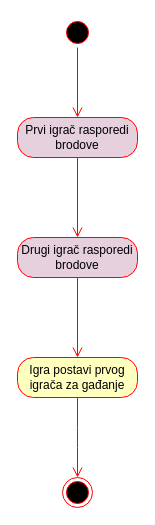
This is page "Activity: Raspoređivanje brodova" (4 of 10) of Dijagram.drawio from LukaFarkas99/Battleship, a draw.io file, before an edit. Source tidied: cells renumbered, new cells numbered last; positions are measured from the earlier drawing's top-left corner, leaving out a move shared by most shapes. Both pictures are drawn from the tidied source at 100%, with x=0, y=0 at pixel (17, 17).
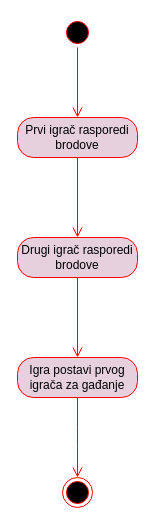
After the change.

The edit, as a diff of the source:
```diff
@@
 <mxGraphModel>
   <root>
     <mxCell id="0" />
     <mxCell id="1" parent="0" />
     <mxCell id="2" style="ellipse;html=1;shape=startState;fillColor=#000000;strokeColor=#ff0000;" parent="1" vertex="1">
       <mxGeometry x="45" width="30" height="30" as="geometry" />
     </mxCell>
     <mxCell id="3" style="edgeStyle=orthogonalEdgeStyle;html=1;verticalAlign=bottom;endArrow=open;endSize=8;strokeColor=#ff0000;" parent="1" edge="1" source="2" target="4">
       <mxGeometry relative="1" as="geometry" />
     </mxCell>
     <mxCell id="4" value="Prvi igrač rasporedi brodove" style="rounded=1;whiteSpace=wrap;html=1;arcSize=40;fontColor=#000000;fillColor=#E6D0DE;strokeColor=#ff0000;" parent="1" vertex="1">
       <mxGeometry y="100" width="120" height="40" as="geometry" />
     </mxCell>
     <mxCell id="5" style="edgeStyle=orthogonalEdgeStyle;html=1;verticalAlign=bottom;endArrow=open;endSize=8;strokeColor=#ff0000;" parent="1" edge="1" source="4" target="6">
       <mxGeometry relative="1" as="geometry" />
     </mxCell>
     <mxCell id="6" value="Drugi igrač rasporedi brodove" style="rounded=1;whiteSpace=wrap;html=1;arcSize=40;fontColor=#000000;fillColor=#E6D0DE;strokeColor=#ff0000;" parent="1" vertex="1">
       <mxGeometry y="220" width="120" height="40" as="geometry" />
     </mxCell>
     <mxCell id="7" style="edgeStyle=orthogonalEdgeStyle;html=1;verticalAlign=bottom;endArrow=open;endSize=8;strokeColor=#ff0000;" parent="1" edge="1" source="6" target="8">
       <mxGeometry relative="1" as="geometry" />
     </mxCell>
-    <mxCell id="8" value="Igra postavi prvog igrača za gađanje" style="rounded=1;whiteSpace=wrap;html=1;arcSize=40;fontColor=#000000;fillColor=#ffffc0;strokeColor=#ff0000;" parent="1" vertex="1">
+    <mxCell id="8" value="Igra postavi prvog igrača za gađanje" style="rounded=1;whiteSpace=wrap;html=1;arcSize=40;fontColor=#000000;strokeColor=#ff0000;fillColor=#E6D0DE;" parent="1" vertex="1">
       <mxGeometry y="340" width="120" height="40" as="geometry" />
     </mxCell>
     <mxCell id="9" style="edgeStyle=orthogonalEdgeStyle;html=1;verticalAlign=bottom;endArrow=open;endSize=8;strokeColor=#ff0000;" parent="1" edge="1" source="8">
       <mxGeometry relative="1" as="geometry">
         <mxPoint x="60" y="460" as="targetPoint" />
       </mxGeometry>
     </mxCell>
     <mxCell id="10" style="ellipse;html=1;shape=endState;fillColor=#000000;strokeColor=#ff0000;" parent="1" vertex="1">
       <mxGeometry x="45" y="460" width="30" height="30" as="geometry" />
     </mxCell>
   </root>
 </mxGraphModel>
```
